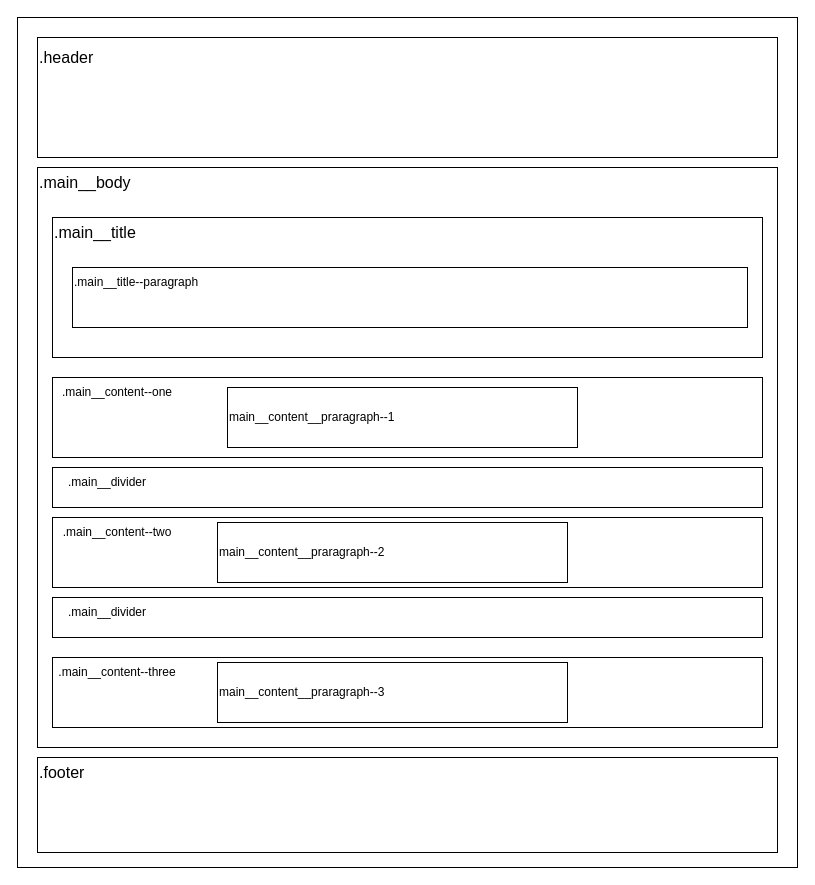
Earlier version of the draw.io diagram BTVN_1908/Bai1.drawio (IRIS-T-SLM/SET2026). Source tidied: cells renumbered, new cells numbered last; positions are measured from the earlier drawing's top-left corner, leaving out a move shared by most shapes. Both pictures are drawn from the tidied source at 100%, with x=0, y=0 at pixel (17, 17).
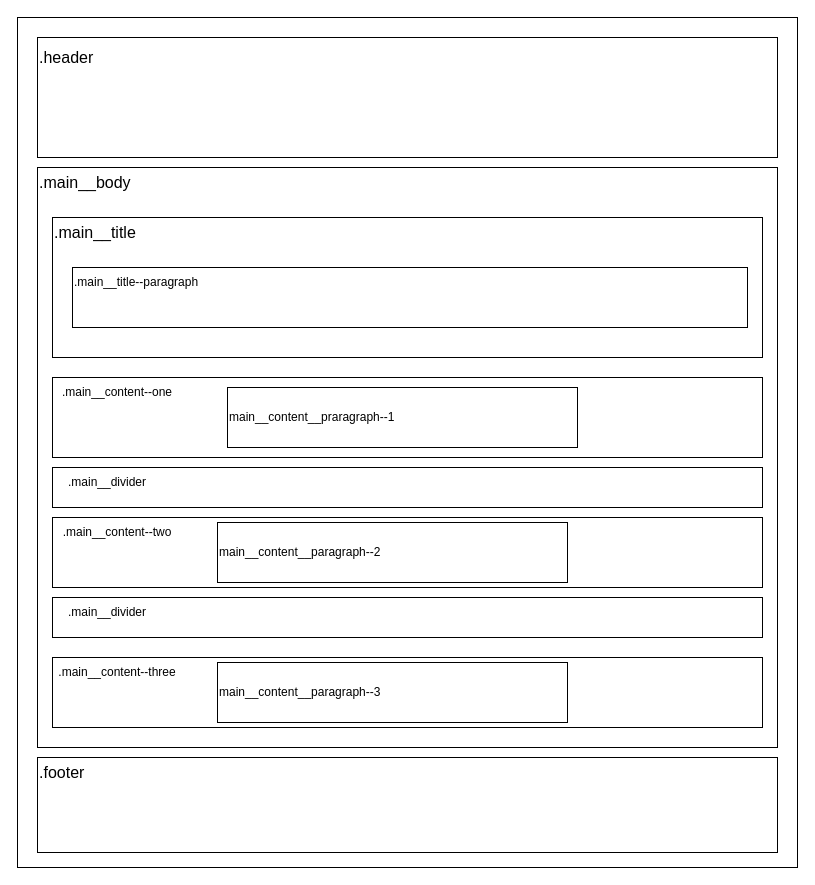
Above is the later version.

Commit message:
update sửa lỗi typo bài 1

The edit, as a diff of the source:
```diff
@@
-    <mxCell id="24" value="main__content__praragraph--2" style="rounded=0;whiteSpace=wrap;html=1;align=left;" parent="1" vertex="1">
+    <mxCell id="24" value="main__content__paragraph--2" style="rounded=0;whiteSpace=wrap;html=1;align=left;" parent="1" vertex="1">
       <mxGeometry x="200" y="505" width="350" height="60" as="geometry" />
     </mxCell>
-    <mxCell id="25" value="main__content__praragraph--3" style="rounded=0;whiteSpace=wrap;html=1;align=left;" parent="1" vertex="1">
+    <mxCell id="25" value="main__content__paragraph--3" style="rounded=0;whiteSpace=wrap;html=1;align=left;" parent="1" vertex="1">
       <mxGeometry x="200" y="645" width="350" height="60" as="geometry" />
     </mxCell>
```
